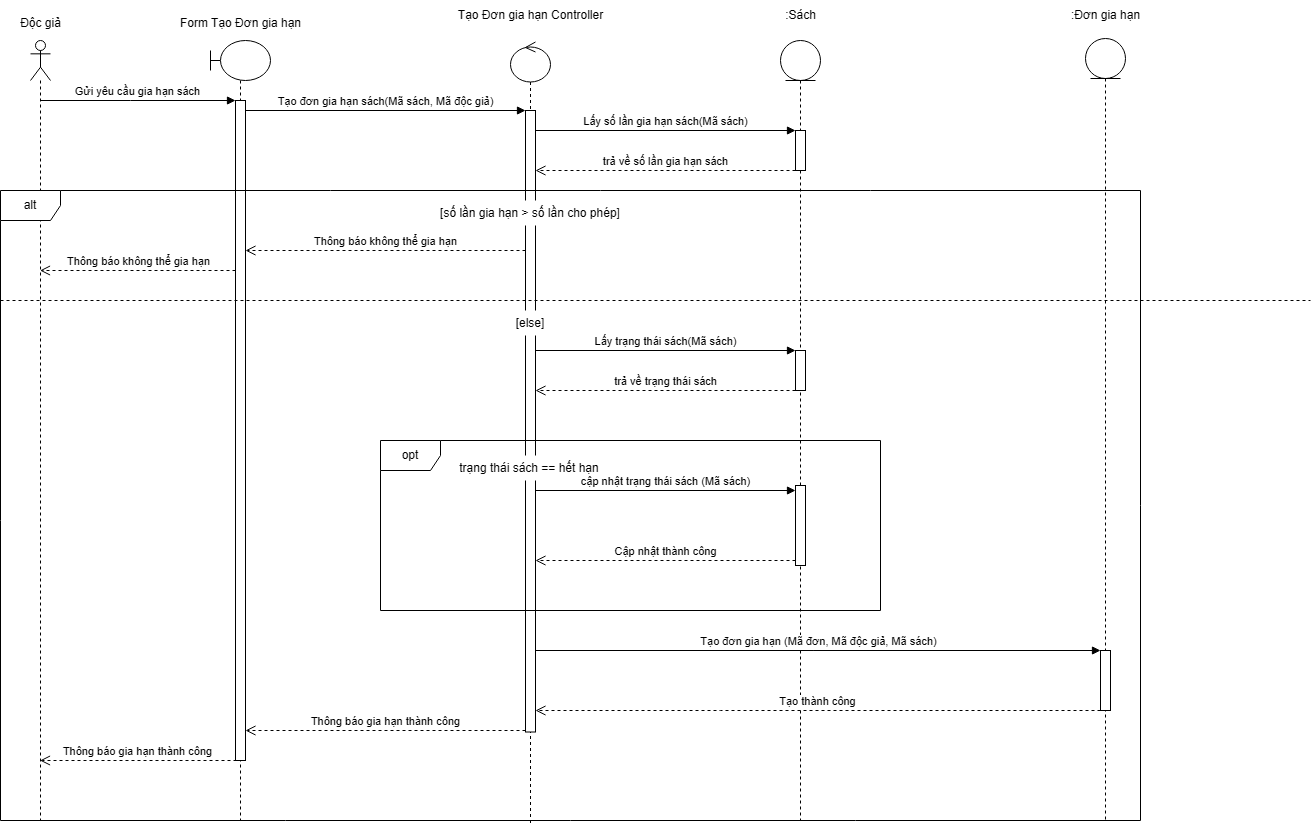
Earlier version of the draw.io export Sequence Diagram/UC Gia hạn sách/Actor Độc giả - Gia Hạn Sách.drawio.png (kimcuongdev/LibrarySystemAD). Source tidied: cells renumbered, new cells last; positions are measured from the earlier drawing's top-left corner, leaving out a move shared by most shapes. Its diagram source:
```xml
<mxGraphModel>
  <root>
    <mxCell id="0" />
    <mxCell id="1" parent="0" />
    <mxCell id="2" style="shape=umlLifeline;perimeter=lifelinePerimeter;whiteSpace=wrap;html=1;newEdgeStyle={&quot;curved&quot;:0,&quot;rounded&quot;:0};participant=umlActor;" parent="1" vertex="1">
      <mxGeometry x="30" y="40" width="20" height="780" as="geometry" />
    </mxCell>
    <mxCell id="3" style="shape=umlLifeline;perimeter=lifelinePerimeter;whiteSpace=wrap;html=1;newEdgeStyle={&quot;curved&quot;:0,&quot;rounded&quot;:0};participant=umlBoundary;size=40;" parent="1" vertex="1">
      <mxGeometry x="210" y="40" width="60" height="780" as="geometry" />
    </mxCell>
    <mxCell id="4" style="html=1;perimeter=orthogonalPerimeter;targetShapes=umlLifeline;newEdgeStyle={&quot;curved&quot;:0,&quot;rounded&quot;:0};" parent="3" vertex="1">
      <mxGeometry x="25" y="60" width="10" height="660" as="geometry" />
    </mxCell>
    <mxCell id="5" style="shape=umlLifeline;perimeter=lifelinePerimeter;whiteSpace=wrap;html=1;newEdgeStyle={&quot;curved&quot;:0,&quot;rounded&quot;:0};participant=umlControl;" parent="1" vertex="1">
      <mxGeometry x="510" y="41.5" width="40" height="782" as="geometry" />
    </mxCell>
    <mxCell id="6" style="html=1;points=[[0,0,0,0,5],[0,1,0,0,-5],[1,0,0,0,5],[1,1,0,0,-5]];perimeter=orthogonalPerimeter;outlineConnect=0;targetShapes=umlLifeline;portConstraint=eastwest;newEdgeStyle={&quot;curved&quot;:0,&quot;rounded&quot;:0};" parent="5" vertex="1">
      <mxGeometry x="15" y="68.5" width="10" height="621.5" as="geometry" />
    </mxCell>
    <mxCell id="7" value="Gửi yêu cầu gia hạn sách" style="html=1;verticalAlign=bottom;endArrow=block;curved=0;rounded=0;entryX=0;entryY=0;entryDx=0;entryDy=5;" parent="1" edge="1">
      <mxGeometry relative="1" as="geometry">
        <mxPoint x="39.5" y="100" as="sourcePoint" />
        <mxPoint x="235" y="100" as="targetPoint" />
        <Array as="points">
          <mxPoint x="130" y="100" />
        </Array>
      </mxGeometry>
    </mxCell>
    <mxCell id="8" value="Thông báo không thể gia hạn" style="html=1;verticalAlign=bottom;endArrow=open;dashed=1;endSize=8;curved=0;rounded=0;exitX=0;exitY=1;exitDx=0;exitDy=-5;" parent="1" edge="1">
      <mxGeometry relative="1" as="geometry">
        <mxPoint x="235" y="270" as="sourcePoint" />
        <mxPoint x="39.5" y="270" as="targetPoint" />
      </mxGeometry>
    </mxCell>
    <mxCell id="9" value="Tạo đơn gia hạn sách(Mã sách, Mã độc giả)" style="html=1;verticalAlign=bottom;endArrow=block;curved=0;rounded=0;" parent="1" edge="1">
      <mxGeometry relative="1" as="geometry">
        <mxPoint x="245" y="110" as="sourcePoint" />
        <mxPoint x="525" y="110" as="targetPoint" />
      </mxGeometry>
    </mxCell>
    <mxCell id="10" style="shape=umlLifeline;perimeter=lifelinePerimeter;whiteSpace=wrap;html=1;newEdgeStyle={&quot;curved&quot;:0,&quot;rounded&quot;:0};participant=umlEntity;" parent="1" vertex="1">
      <mxGeometry x="780" y="40" width="40" height="780" as="geometry" />
    </mxCell>
    <mxCell id="11" style="html=1;perimeter=orthogonalPerimeter;targetShapes=umlLifeline;newEdgeStyle={&quot;curved&quot;:0,&quot;rounded&quot;:0};" parent="10" vertex="1">
      <mxGeometry x="15" y="90" width="10" height="40" as="geometry" />
    </mxCell>
    <mxCell id="12" value="Lấy số lần gia hạn sách(Mã sách)" style="html=1;verticalAlign=bottom;endArrow=block;curved=0;rounded=0;entryX=0;entryY=0;entryDx=0;entryDy=5;" parent="1" edge="1">
      <mxGeometry relative="1" as="geometry">
        <mxPoint x="535" y="130" as="sourcePoint" />
        <mxPoint x="795" y="130" as="targetPoint" />
      </mxGeometry>
    </mxCell>
    <mxCell id="13" value="trả về số lần gia hạn sách" style="html=1;verticalAlign=bottom;endArrow=open;dashed=1;endSize=8;curved=0;rounded=0;exitX=0;exitY=1;exitDx=0;exitDy=-5;" parent="1" edge="1">
      <mxGeometry relative="1" as="geometry">
        <mxPoint x="795" y="170" as="sourcePoint" />
        <mxPoint x="535" y="170" as="targetPoint" />
      </mxGeometry>
    </mxCell>
    <mxCell id="14" value="Thông báo không thể gia hạn" style="html=1;verticalAlign=bottom;endArrow=open;dashed=1;endSize=8;curved=0;rounded=0;" parent="1" edge="1">
      <mxGeometry relative="1" as="geometry">
        <mxPoint x="525" y="250" as="sourcePoint" />
        <mxPoint x="245" y="250" as="targetPoint" />
      </mxGeometry>
    </mxCell>
    <mxCell id="15" value="[số lần gia hạn &amp;gt; số lần cho phép]" style="text;html=1;align=center;verticalAlign=middle;whiteSpace=wrap;rounded=0;fillColor=default;" parent="1" vertex="1">
      <mxGeometry x="430" y="200" width="200" height="25" as="geometry" />
    </mxCell>
    <mxCell id="16" value="Tạo đơn gia hạn (Mã đơn, Mã độc giả, Mã sách)" style="html=1;verticalAlign=bottom;endArrow=block;curved=0;rounded=0;" parent="1" edge="1" source="6" target="39">
      <mxGeometry relative="1" as="geometry" />
    </mxCell>
    <mxCell id="17" value="Tạo thành công" style="html=1;verticalAlign=bottom;endArrow=open;dashed=1;endSize=8;curved=0;rounded=0;" parent="1" edge="1">
      <mxGeometry relative="1" as="geometry">
        <mxPoint x="1100" y="710" as="sourcePoint" />
        <mxPoint x="535" y="710" as="targetPoint" />
        <Array as="points">
          <mxPoint x="720" y="710" />
        </Array>
      </mxGeometry>
    </mxCell>
    <mxCell id="18" value="Thông báo gia hạn thành công" style="html=1;verticalAlign=bottom;endArrow=open;dashed=1;endSize=8;curved=0;rounded=0;" parent="1" edge="1">
      <mxGeometry relative="1" as="geometry">
        <mxPoint x="525" y="730" as="sourcePoint" />
        <mxPoint x="245" y="730" as="targetPoint" />
      </mxGeometry>
    </mxCell>
    <mxCell id="19" value="Thông báo gia hạn thành công" style="html=1;verticalAlign=bottom;endArrow=open;dashed=1;endSize=8;curved=0;rounded=0;exitX=0.1;exitY=0.982;exitDx=0;exitDy=0;exitPerimeter=0;" parent="1" edge="1">
      <mxGeometry relative="1" as="geometry">
        <mxPoint x="236" y="760" as="sourcePoint" />
        <mxPoint x="39.5" y="760" as="targetPoint" />
      </mxGeometry>
    </mxCell>
    <mxCell id="20" value="alt" style="shape=umlFrame;whiteSpace=wrap;html=1;" parent="1" vertex="1">
      <mxGeometry y="190" width="1140" height="630" as="geometry" />
    </mxCell>
    <mxCell id="21" style="endArrow=none;dashed=1;html=1;rounded=0;" parent="1" edge="1">
      <mxGeometry relative="1" as="geometry">
        <mxPoint y="300" as="sourcePoint" />
        <mxPoint x="1310" y="300" as="targetPoint" />
      </mxGeometry>
    </mxCell>
    <mxCell id="22" value="[else]" style="text;html=1;align=center;verticalAlign=middle;whiteSpace=wrap;rounded=0;fillColor=default;" parent="1" vertex="1">
      <mxGeometry x="505" y="310" width="50" height="25" as="geometry" />
    </mxCell>
    <mxCell id="23" value="Độc giả" style="text;html=1;align=center;verticalAlign=middle;strokeColor=none;fillColor=default;" parent="1" vertex="1">
      <mxGeometry x="10" y="8" width="60" height="30" as="geometry" />
    </mxCell>
    <mxCell id="24" value="Form Tạo Đơn gia hạn" style="text;html=1;align=center;verticalAlign=middle;strokeColor=none;fillColor=default;" parent="1" vertex="1">
      <mxGeometry x="160" y="8" width="160" height="30" as="geometry" />
    </mxCell>
    <mxCell id="25" value="Tạo Đơn gia hạn Controller" style="text;html=1;align=center;verticalAlign=middle;strokeColor=none;fillColor=default;" parent="1" vertex="1">
      <mxGeometry x="440" width="180" height="30" as="geometry" />
    </mxCell>
    <mxCell id="26" value=":Sách" style="text;html=1;align=center;verticalAlign=middle;strokeColor=none;fillColor=default;" parent="1" vertex="1">
      <mxGeometry x="775" width="50" height="30" as="geometry" />
    </mxCell>
    <mxCell id="27" style="html=1;perimeter=orthogonalPerimeter;targetShapes=umlLifeline;newEdgeStyle={&quot;curved&quot;:0,&quot;rounded&quot;:0};" parent="1" vertex="1">
      <mxGeometry x="795" y="350" width="10" height="40" as="geometry" />
    </mxCell>
    <mxCell id="28" value="Lấy trạng thái sách(Mã sách)" style="html=1;verticalAlign=bottom;endArrow=block;curved=0;rounded=0;entryX=0;entryY=0;entryDx=0;entryDy=5;" parent="1" edge="1">
      <mxGeometry relative="1" as="geometry">
        <mxPoint x="535" y="350" as="sourcePoint" />
        <mxPoint x="795" y="350" as="targetPoint" />
      </mxGeometry>
    </mxCell>
    <mxCell id="29" value="trả về trạng thái sách" style="html=1;verticalAlign=bottom;endArrow=open;dashed=1;endSize=8;curved=0;rounded=0;exitX=0;exitY=1;exitDx=0;exitDy=-5;" parent="1" edge="1">
      <mxGeometry relative="1" as="geometry">
        <mxPoint x="795" y="390" as="sourcePoint" />
        <mxPoint x="535" y="390" as="targetPoint" />
      </mxGeometry>
    </mxCell>
    <mxCell id="30" style="group;" parent="1" vertex="1">
      <mxGeometry x="380" y="440" width="500" height="170" as="geometry" />
    </mxCell>
    <mxCell id="31" value="trạng thái sách == hết hạn" style="text;html=1;align=center;verticalAlign=middle;whiteSpace=wrap;rounded=0;fillColor=default;" parent="30" vertex="1">
      <mxGeometry x="60" y="15" width="177.5" height="25" as="geometry" />
    </mxCell>
    <mxCell id="32" value="opt" style="shape=umlFrame;whiteSpace=wrap;html=1;" parent="30" vertex="1">
      <mxGeometry width="500" height="170" as="geometry" />
    </mxCell>
    <mxCell id="33" style="html=1;points=[[0,0,0,0,5],[0,1,0,0,-5],[1,0,0,0,5],[1,1,0,0,-5]];perimeter=orthogonalPerimeter;outlineConnect=0;targetShapes=umlLifeline;portConstraint=eastwest;newEdgeStyle={&quot;curved&quot;:0,&quot;rounded&quot;:0};" parent="30" vertex="1">
      <mxGeometry x="415" y="45" width="10" height="80" as="geometry" />
    </mxCell>
    <mxCell id="34" value="cập nhật trạng thái sách (Mã sách)" style="html=1;verticalAlign=bottom;endArrow=block;curved=0;rounded=0;entryX=0;entryY=0;entryDx=0;entryDy=5;" parent="30" edge="1" source="6" target="33">
      <mxGeometry relative="1" as="geometry" />
    </mxCell>
    <mxCell id="35" value="Cập nhật thành công" style="html=1;verticalAlign=bottom;endArrow=open;dashed=1;endSize=8;curved=0;rounded=0;exitX=0;exitY=1;exitDx=0;exitDy=-5;" parent="30" edge="1" source="33" target="6">
      <mxGeometry relative="1" as="geometry" />
    </mxCell>
    <mxCell id="36" style="group;" parent="1" vertex="1">
      <mxGeometry x="1050" width="110" height="820" as="geometry" />
    </mxCell>
    <mxCell id="37" style="shape=umlLifeline;perimeter=lifelinePerimeter;whiteSpace=wrap;html=1;newEdgeStyle={&quot;curved&quot;:0,&quot;rounded&quot;:0};participant=umlEntity;" parent="36" vertex="1">
      <mxGeometry x="35" y="38" width="40" height="782" as="geometry" />
    </mxCell>
    <mxCell id="38" value=":Đơn gia hạn" style="text;html=1;align=center;verticalAlign=middle;strokeColor=none;fillColor=default;" parent="36" vertex="1">
      <mxGeometry width="110" height="30" as="geometry" />
    </mxCell>
    <mxCell id="39" style="html=1;points=[[0,0,0,0,5],[0,1,0,0,-5],[1,0,0,0,5],[1,1,0,0,-5]];perimeter=orthogonalPerimeter;outlineConnect=0;targetShapes=umlLifeline;portConstraint=eastwest;newEdgeStyle={&quot;curved&quot;:0,&quot;rounded&quot;:0};" parent="36" vertex="1">
      <mxGeometry x="50" y="650" width="10" height="60" as="geometry" />
    </mxCell>
  </root>
</mxGraphModel>
```
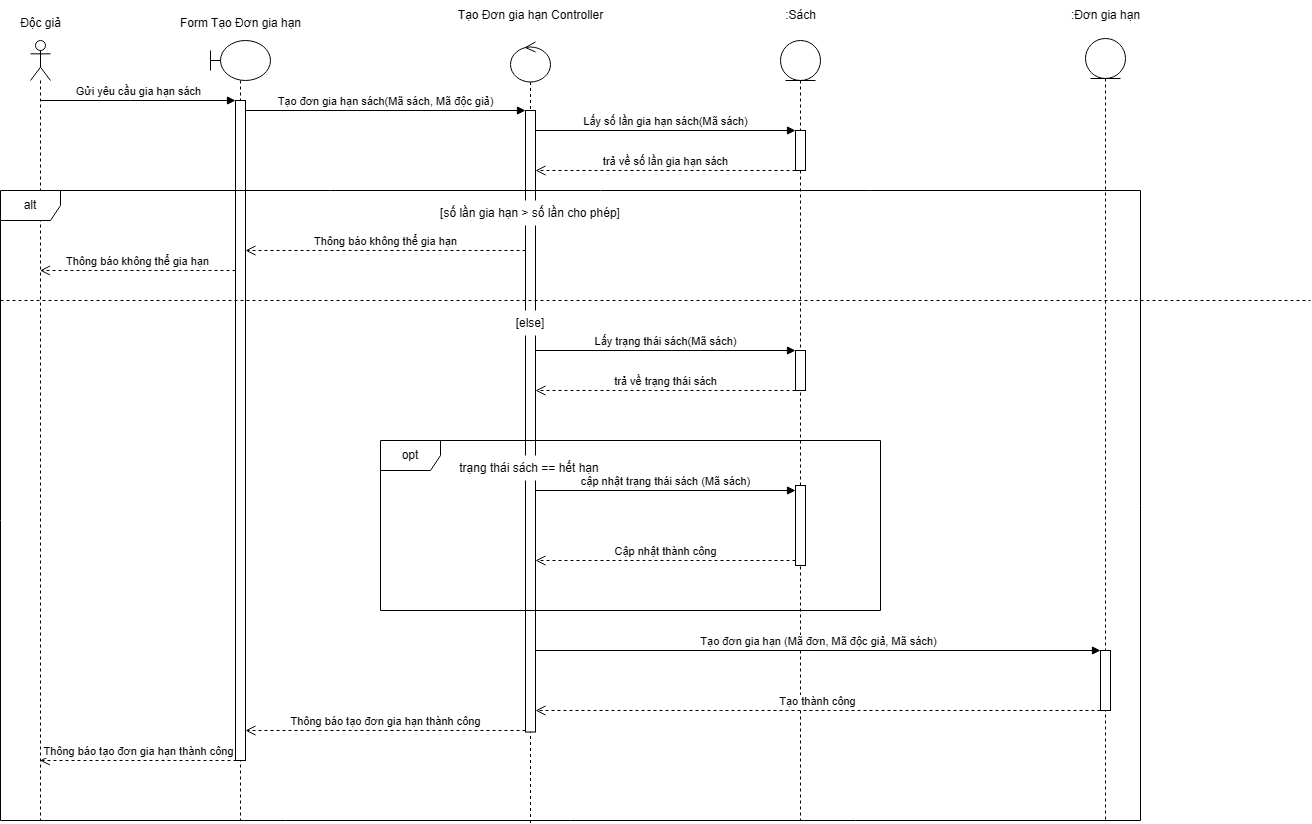
After the change.

Diff of the diagram source:
```diff
@@ -77,13 +77,13 @@
         </Array>
       </mxGeometry>
     </mxCell>
-    <mxCell id="18" value="Thông báo gia hạn thành công" style="html=1;verticalAlign=bottom;endArrow=open;dashed=1;endSize=8;curved=0;rounded=0;" parent="1" edge="1">
+    <mxCell id="18" value="Thông báo tạo đơn gia hạn thành công" style="html=1;verticalAlign=bottom;endArrow=open;dashed=1;endSize=8;curved=0;rounded=0;" parent="1" edge="1">
       <mxGeometry relative="1" as="geometry">
         <mxPoint x="525" y="730" as="sourcePoint" />
         <mxPoint x="245" y="730" as="targetPoint" />
       </mxGeometry>
     </mxCell>
-    <mxCell id="19" value="Thông báo gia hạn thành công" style="html=1;verticalAlign=bottom;endArrow=open;dashed=1;endSize=8;curved=0;rounded=0;exitX=0.1;exitY=0.982;exitDx=0;exitDy=0;exitPerimeter=0;" parent="1" edge="1">
+    <mxCell id="19" value="Thông báo tạo đơn gia hạn thành công" style="html=1;verticalAlign=bottom;endArrow=open;dashed=1;endSize=8;curved=0;rounded=0;exitX=0.1;exitY=0.982;exitDx=0;exitDy=0;exitPerimeter=0;" parent="1" edge="1">
       <mxGeometry relative="1" as="geometry">
         <mxPoint x="236" y="760" as="sourcePoint" />
         <mxPoint x="39.5" y="760" as="targetPoint" />
```
